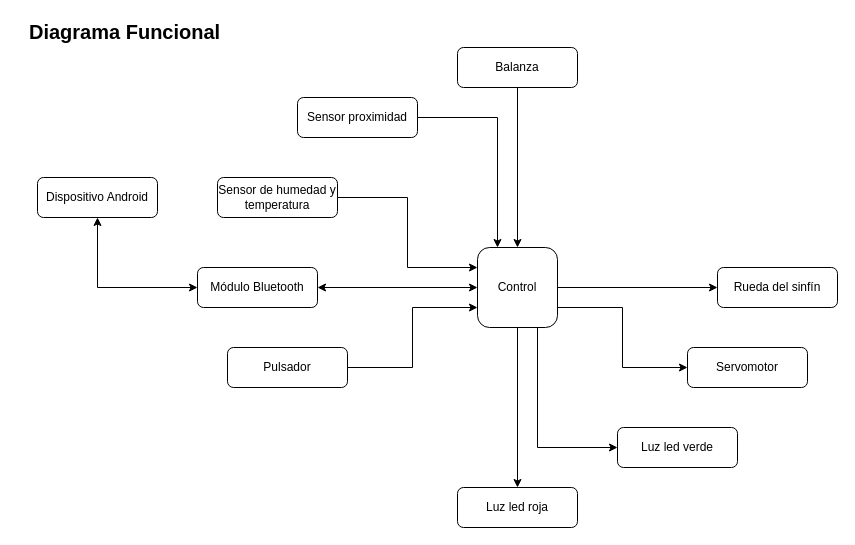
This is Sistema-Embebido/Diagramas/Funcional.drawio from ada-lovelace-progra/AsistenteDeCocina, a draw.io file, before an edit. Source tidied: cells renumbered, new cells numbered last; positions are measured from the earlier drawing's top-left corner, leaving out a move shared by most shapes. Both pictures are drawn from the tidied source at 100%, with x=0, y=0 at pixel (27, 17).
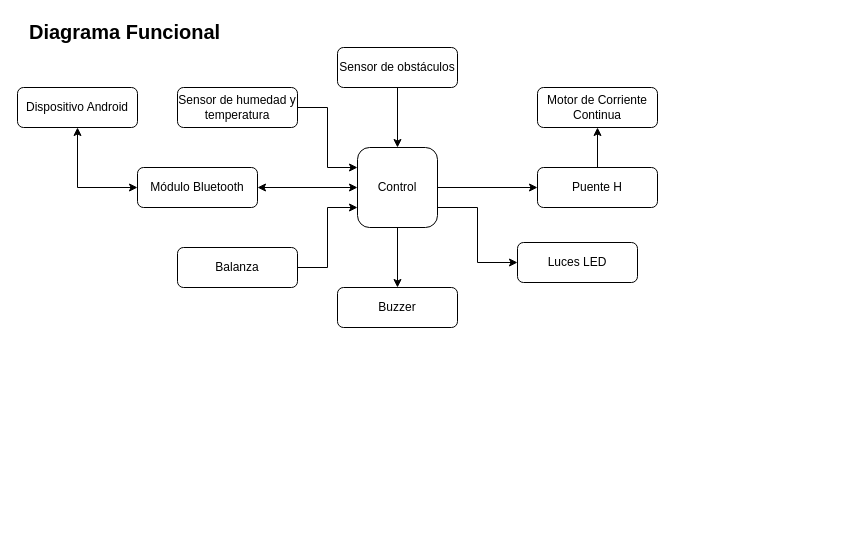
Above is the later version.

Diff of the diagram source:
```diff
@@
+    <mxCell id="5" style="edgeStyle=orthogonalEdgeStyle;rounded=0;jettySize=auto;html=1;exitX=1;exitY=0.5;exitDx=0;exitDy=0;entryX=0;entryY=0.5;entryDx=0;entryDy=0;" parent="1" edge="1" source="6" target="18">
+      <mxGeometry relative="1" as="geometry" />
+    </mxCell>
-    <mxCell id="3" style="edgeStyle=orthogonalEdgeStyle;rounded=0;jettySize=auto;html=1;exitX=0.75;exitY=1;exitDx=0;exitDy=0;entryX=0;entryY=0.5;entryDx=0;entryDy=0;" parent="1" edge="1" source="6" target="16">
+    <mxCell id="3" style="edgeStyle=orthogonalEdgeStyle;rounded=0;jettySize=auto;html=1;exitX=1;exitY=0.75;exitDx=0;exitDy=0;entryX=0;entryY=0.5;entryDx=0;entryDy=0;" parent="1" edge="1" source="6" target="16">
       <mxGeometry relative="1" as="geometry" />
     </mxCell>
-    <mxCell id="4" style="edgeStyle=orthogonalEdgeStyle;rounded=0;jettySize=auto;html=1;exitX=1;exitY=0.5;exitDx=0;exitDy=0;entryX=0;entryY=0.5;entryDx=0;entryDy=0;" parent="1" edge="1" source="6" target="17">
-      <mxGeometry relative="1" as="geometry" />
-    </mxCell>
-    <mxCell id="5" style="edgeStyle=orthogonalEdgeStyle;rounded=0;jettySize=auto;html=1;exitX=1;exitY=0.75;exitDx=0;exitDy=0;entryX=0;entryY=0.5;entryDx=0;entryDy=0;" parent="1" edge="1" source="6" target="18">
-      <mxGeometry relative="1" as="geometry" />
-    </mxCell>
     <mxCell id="6" value="Control" style="rounded=1;whiteSpace=wrap;html=1;" parent="1" vertex="1">
-      <mxGeometry x="450" y="230" width="80" height="80" as="geometry" />
+      <mxGeometry x="330" y="130" width="80" height="80" as="geometry" />
     </mxCell>
@@
     <mxCell id="8" value="Módulo Bluetooth" style="rounded=1;whiteSpace=wrap;html=1;" parent="1" vertex="1">
-      <mxGeometry x="170" y="250" width="120" height="40" as="geometry" />
+      <mxGeometry x="110" y="150" width="120" height="40" as="geometry" />
     </mxCell>
-    <mxCell id="9" style="edgeStyle=orthogonalEdgeStyle;rounded=0;jettySize=auto;html=1;exitX=0.5;exitY=1;exitDx=0;exitDy=0;entryX=0.5;entryY=0;entryDx=0;entryDy=0;" parent="1" edge="1" source="10" target="6">
+    <mxCell id="9" style="edgeStyle=orthogonalEdgeStyle;rounded=0;jettySize=auto;html=1;exitX=1;exitY=0.5;exitDx=0;exitDy=0;entryX=0;entryY=0.75;entryDx=0;entryDy=0;" parent="1" edge="1" source="10" target="6">
       <mxGeometry relative="1" as="geometry" />
     </mxCell>
     <mxCell id="10" value="Balanza" style="rounded=1;whiteSpace=wrap;html=1;" parent="1" vertex="1">
-      <mxGeometry x="430" y="30" width="120" height="40" as="geometry" />
+      <mxGeometry x="150" y="230" width="120" height="40" as="geometry" />
     </mxCell>
-    <mxCell id="11" style="edgeStyle=orthogonalEdgeStyle;rounded=0;jettySize=auto;html=1;exitX=1;exitY=0.5;exitDx=0;exitDy=0;entryX=0.25;entryY=0;entryDx=0;entryDy=0;startArrow=none;startFill=0;" parent="1" edge="1" source="12" target="6">
+    <mxCell id="11" style="edgeStyle=orthogonalEdgeStyle;rounded=0;jettySize=auto;html=1;exitX=0.5;exitY=1;exitDx=0;exitDy=0;entryX=0.5;entryY=0;entryDx=0;entryDy=0;" parent="1" edge="1" source="12" target="6">
       <mxGeometry relative="1" as="geometry" />
     </mxCell>
-    <mxCell id="12" value="Sensor proximidad" style="rounded=1;whiteSpace=wrap;html=1;" parent="1" vertex="1">
-      <mxGeometry x="270" y="80" width="120" height="40" as="geometry" />
+    <mxCell id="12" value="Sensor de obstáculos" style="rounded=1;whiteSpace=wrap;html=1;" parent="1" vertex="1">
+      <mxGeometry x="310" y="30" width="120" height="40" as="geometry" />
     </mxCell>
@@
     <mxCell id="14" value="Sensor de humedad y temperatura" style="rounded=1;whiteSpace=wrap;html=1;" parent="1" vertex="1">
-      <mxGeometry x="190" y="160" width="120" height="40" as="geometry" />
+      <mxGeometry x="150" y="70" width="120" height="40" as="geometry" />
     </mxCell>
-    <mxCell id="15" value="Luz led roja" style="rounded=1;whiteSpace=wrap;html=1;" parent="1" vertex="1">
-      <mxGeometry x="430" y="470" width="120" height="40" as="geometry" />
+    <mxCell id="15" value="Buzzer" style="rounded=1;whiteSpace=wrap;html=1;" parent="1" vertex="1">
+      <mxGeometry x="310" y="270" width="120" height="40" as="geometry" />
     </mxCell>
-    <mxCell id="16" value="Luz led verde" style="rounded=1;whiteSpace=wrap;html=1;" parent="1" vertex="1">
-      <mxGeometry x="590" y="410" width="120" height="40" as="geometry" />
+    <mxCell id="16" value="Luces LED" style="rounded=1;whiteSpace=wrap;html=1;" parent="1" vertex="1">
+      <mxGeometry x="490" y="225" width="120" height="40" as="geometry" />
     </mxCell>
-    <mxCell id="17" value="Rueda del sinfín" style="rounded=1;whiteSpace=wrap;html=1;" parent="1" vertex="1">
-      <mxGeometry x="690" y="250" width="120" height="40" as="geometry" />
+    <mxCell id="17" value="Motor de Corriente Continua" style="rounded=1;whiteSpace=wrap;html=1;" parent="1" vertex="1">
+      <mxGeometry x="510" y="70" width="120" height="40" as="geometry" />
     </mxCell>
+    <mxCell id="24" style="edgeStyle=orthogonalEdgeStyle;rounded=0;jettySize=auto;html=1;exitX=0.5;exitY=0;exitDx=0;exitDy=0;entryX=0.5;entryY=1;entryDx=0;entryDy=0;" parent="1" edge="1" source="18" target="17">
+      <mxGeometry relative="1" as="geometry" />
+    </mxCell>
-    <mxCell id="18" value="Servomotor" style="rounded=1;whiteSpace=wrap;html=1;" parent="1" vertex="1">
-      <mxGeometry x="660" y="330" width="120" height="40" as="geometry" />
+    <mxCell id="18" value="Puente H" style="rounded=1;whiteSpace=wrap;html=1;" parent="1" vertex="1">
+      <mxGeometry x="510" y="150" width="120" height="40" as="geometry" />
     </mxCell>
-    <mxCell id="19" style="edgeStyle=orthogonalEdgeStyle;rounded=0;jettySize=auto;html=1;exitX=1;exitY=0.5;exitDx=0;exitDy=0;entryX=0;entryY=0.75;entryDx=0;entryDy=0;startArrow=none;startFill=0;" parent="1" edge="1" source="20" target="6">
-      <mxGeometry relative="1" as="geometry" />
-    </mxCell>
-    <mxCell id="20" value="Pulsador" style="rounded=1;whiteSpace=wrap;html=1;" parent="1" vertex="1">
-      <mxGeometry x="200" y="330" width="120" height="40" as="geometry" />
-    </mxCell>
@@
     <mxCell id="23" value="Dispositivo Android" style="rounded=1;whiteSpace=wrap;html=1;" parent="1" vertex="1">
-      <mxGeometry x="10" y="160" width="120" height="40" as="geometry" />
+      <mxGeometry x="-10" y="70" width="120" height="40" as="geometry" />
     </mxCell>
```
